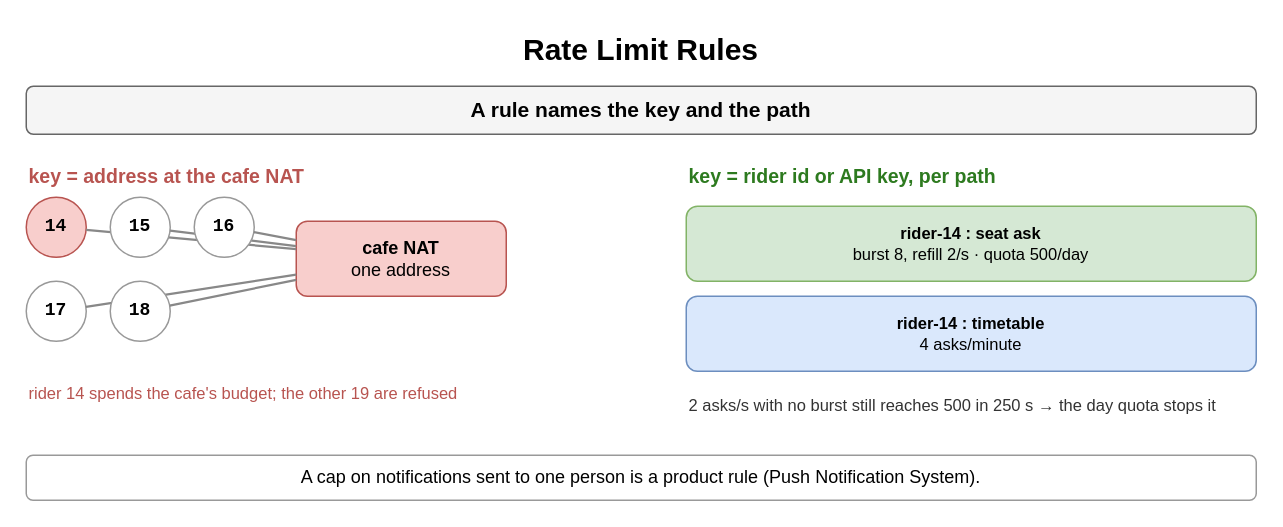
Before: page "Rate Limit Rules" (2 of 8) of content/09_System_Design_Interview/17_Rate_Limiting_and_Throttling/diagrams/rate-limiting.drawio in amendez13/swe-study-guide, a draw.io diagram. Source tidied: cells renumbered, new cells numbered last; positions are measured from the earlier drawing's top-left corner, leaving out a move shared by most shapes. Both pictures are drawn from the tidied source at 150%, with x=0, y=0 at pixel (26, 26).
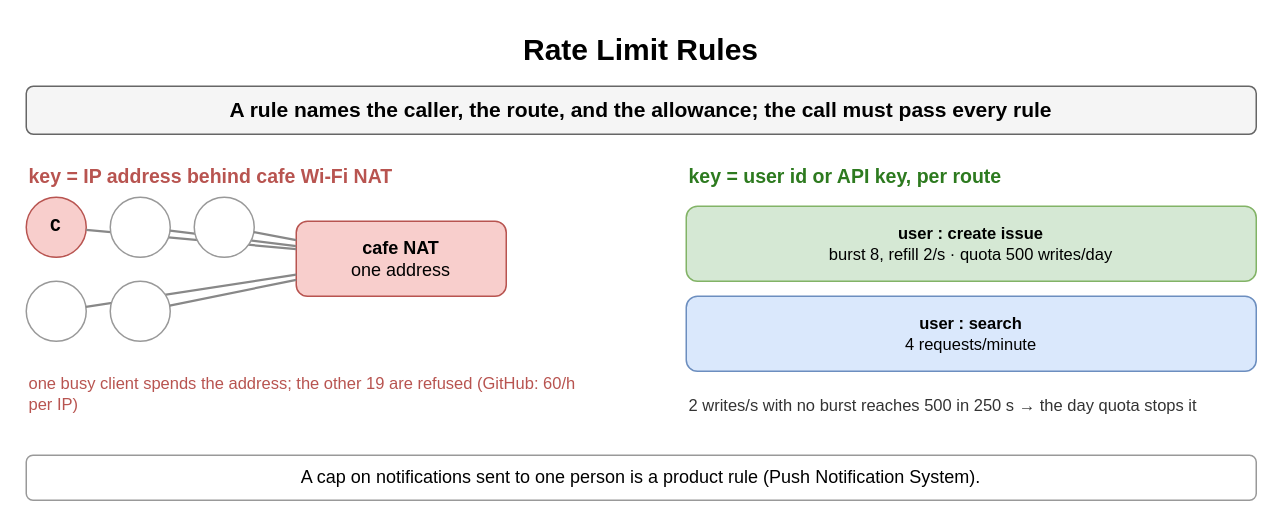
The same diagram, later.

Change to the diagram source:
```diff
@@
-    <mxCell id="3" value="A rule names the key and the path" style="rounded=1;whiteSpace=wrap;html=1;fillColor=#f5f5f5;strokeColor=#666666;fontStyle=1;fontSize=14;" parent="1" vertex="1">
+    <mxCell id="3" value="A rule names the caller, the route, and the allowance; the call must pass every rule" style="rounded=1;whiteSpace=wrap;html=1;fillColor=#f5f5f5;strokeColor=#666666;fontStyle=1;fontSize=14;" parent="1" vertex="1">
       <mxGeometry y="40" width="820" height="32" as="geometry" />
     </mxCell>
-    <mxCell id="4" value="key = address at the cafe NAT" style="text;html=1;whiteSpace=wrap;fontSize=11;align=left;verticalAlign=middle;fontSize=13;fontColor=#b85450;fontStyle=1;" parent="1" vertex="1">
+    <mxCell id="4" value="key = IP address behind cafe Wi-Fi NAT" style="text;html=1;whiteSpace=wrap;fontSize=11;align=left;verticalAlign=middle;fontSize=13;fontColor=#b85450;fontStyle=1;" parent="1" vertex="1">
       <mxGeometry y="90" width="400" height="20" as="geometry" />
     </mxCell>
@@
-    <mxCell id="6" value="14" style="ellipse;whiteSpace=wrap;html=1;fontStyle=1;fontSize=12;fontFamily=Courier New;fillColor=#f8cecc;strokeColor=#b85450;" parent="1" vertex="1">
+    <mxCell id="6" value="C" style="ellipse;whiteSpace=wrap;html=1;fontStyle=1;fontSize=12;fontFamily=Courier New;fillColor=#f8cecc;strokeColor=#b85450;" parent="1" vertex="1">
       <mxGeometry y="114" width="40" height="40" as="geometry" />
     </mxCell>
@@
-    <mxCell id="8" value="15" style="ellipse;whiteSpace=wrap;html=1;fontStyle=1;fontSize=12;fontFamily=Courier New;fillColor=#ffffff;strokeColor=#999999;" parent="1" vertex="1">
+    <mxCell id="8" style="ellipse;whiteSpace=wrap;html=1;fontStyle=1;fontSize=12;fontFamily=Courier New;fillColor=#ffffff;strokeColor=#999999;" parent="1" vertex="1">
       <mxGeometry x="56" y="114" width="40" height="40" as="geometry" />
     </mxCell>
@@
-    <mxCell id="10" value="16" style="ellipse;whiteSpace=wrap;html=1;fontStyle=1;fontSize=12;fontFamily=Courier New;fillColor=#ffffff;strokeColor=#999999;" parent="1" vertex="1">
+    <mxCell id="10" style="ellipse;whiteSpace=wrap;html=1;fontStyle=1;fontSize=12;fontFamily=Courier New;fillColor=#ffffff;strokeColor=#999999;" parent="1" vertex="1">
       <mxGeometry x="112" y="114" width="40" height="40" as="geometry" />
     </mxCell>
@@
-    <mxCell id="12" value="17" style="ellipse;whiteSpace=wrap;html=1;fontStyle=1;fontSize=12;fontFamily=Courier New;fillColor=#ffffff;strokeColor=#999999;" parent="1" vertex="1">
+    <mxCell id="12" style="ellipse;whiteSpace=wrap;html=1;fontStyle=1;fontSize=12;fontFamily=Courier New;fillColor=#ffffff;strokeColor=#999999;" parent="1" vertex="1">
       <mxGeometry y="170" width="40" height="40" as="geometry" />
     </mxCell>
@@
-    <mxCell id="14" value="18" style="ellipse;whiteSpace=wrap;html=1;fontStyle=1;fontSize=12;fontFamily=Courier New;fillColor=#ffffff;strokeColor=#999999;" parent="1" vertex="1">
+    <mxCell id="14" style="ellipse;whiteSpace=wrap;html=1;fontStyle=1;fontSize=12;fontFamily=Courier New;fillColor=#ffffff;strokeColor=#999999;" parent="1" vertex="1">
       <mxGeometry x="56" y="170" width="40" height="40" as="geometry" />
     </mxCell>
@@
-    <mxCell id="16" value="rider 14 spends the cafe's budget; the other 19 are refused" style="text;html=1;whiteSpace=wrap;fontSize=11;align=left;verticalAlign=middle;fontSize=11;fontColor=#b85450;" parent="1" vertex="1">
+    <mxCell id="16" value="one busy client spends the address; the other 19 are refused (GitHub: 60/h per IP)" style="text;html=1;whiteSpace=wrap;fontSize=11;align=left;verticalAlign=middle;fontSize=11;fontColor=#b85450;" parent="1" vertex="1">
       <mxGeometry y="230" width="380" height="30" as="geometry" />
     </mxCell>
-    <mxCell id="17" value="key = rider id or API key, per path" style="text;html=1;whiteSpace=wrap;fontSize=11;align=left;verticalAlign=middle;fontSize=13;fontColor=#2d7a1f;fontStyle=1;" parent="1" vertex="1">
+    <mxCell id="17" value="key = user id or API key, per route" style="text;html=1;whiteSpace=wrap;fontSize=11;align=left;verticalAlign=middle;fontSize=13;fontColor=#2d7a1f;fontStyle=1;" parent="1" vertex="1">
       <mxGeometry x="440" y="90" width="380" height="20" as="geometry" />
     </mxCell>
-    <mxCell id="18" value="rider-14 : seat ask&lt;br&gt;&lt;span style='font-weight:normal'&gt;burst 8, refill 2/s · quota 500/day&lt;/span&gt;" style="rounded=1;whiteSpace=wrap;html=1;fillColor=#d5e8d4;strokeColor=#82b366;fontSize=11;align=center;fontStyle=1;" parent="1" vertex="1">
+    <mxCell id="18" value="user : create issue&lt;br&gt;&lt;span style='font-weight:normal'&gt;burst 8, refill 2/s · quota 500 writes/day&lt;/span&gt;" style="rounded=1;whiteSpace=wrap;html=1;fillColor=#d5e8d4;strokeColor=#82b366;fontSize=11;align=center;fontStyle=1;" parent="1" vertex="1">
       <mxGeometry x="440" y="120" width="380" height="50" as="geometry" />
     </mxCell>
-    <mxCell id="19" value="rider-14 : timetable&lt;br&gt;&lt;span style='font-weight:normal'&gt;4 asks/minute&lt;/span&gt;" style="rounded=1;whiteSpace=wrap;html=1;fillColor=#dae8fc;strokeColor=#6c8ebf;fontSize=11;align=center;fontStyle=1;" parent="1" vertex="1">
+    <mxCell id="19" value="user : search&lt;br&gt;&lt;span style='font-weight:normal'&gt;4 requests/minute&lt;/span&gt;" style="rounded=1;whiteSpace=wrap;html=1;fillColor=#dae8fc;strokeColor=#6c8ebf;fontSize=11;align=center;fontStyle=1;" parent="1" vertex="1">
       <mxGeometry x="440" y="180" width="380" height="50" as="geometry" />
     </mxCell>
-    <mxCell id="20" value="2 asks/s with no burst still reaches 500 in 250 s → the day quota stops it" style="text;html=1;whiteSpace=wrap;fontSize=11;align=left;verticalAlign=middle;fontSize=11;fontColor=#333333;" parent="1" vertex="1">
+    <mxCell id="20" value="2 writes/s with no burst reaches 500 in 250 s → the day quota stops it" style="text;html=1;whiteSpace=wrap;fontSize=11;align=left;verticalAlign=middle;fontSize=11;fontColor=#333333;" parent="1" vertex="1">
       <mxGeometry x="440" y="238" width="380" height="30" as="geometry" />
     </mxCell>
```
